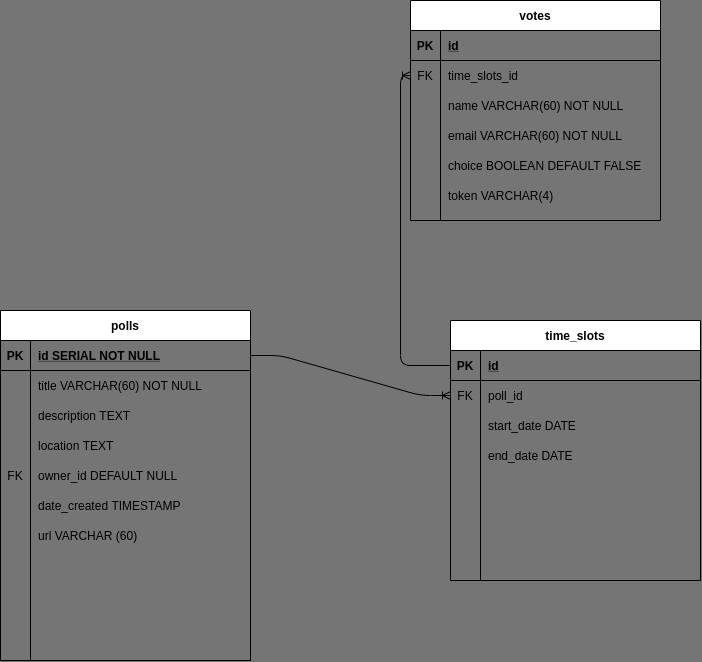
Earlier version of the draw.io export ERD.png (Marwa7246/Schoodle). Source tidied: cells renumbered, new cells last; positions are measured from the earlier drawing's top-left corner, leaving out a move shared by most shapes.
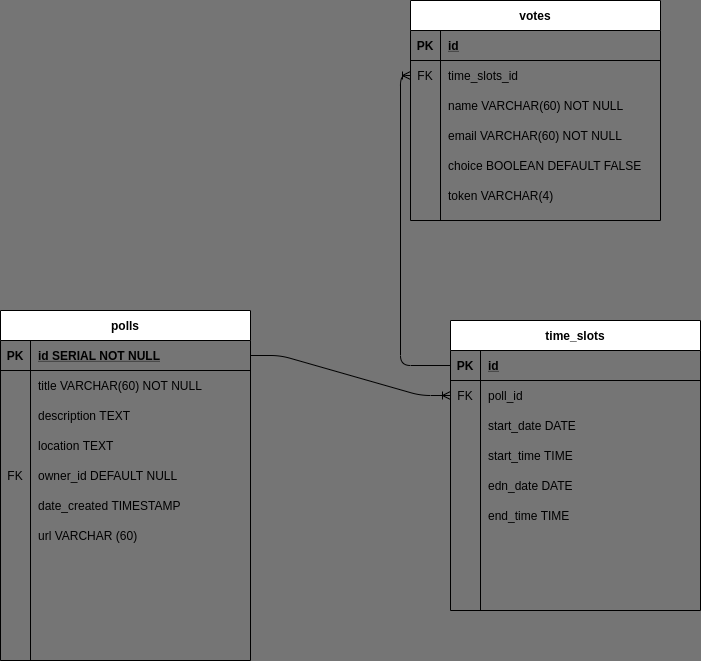
Later version of the same file.

Change to the diagram source:
```diff
@@ -132,7 +132,7 @@
       <mxGeometry x="30" width="220" height="30" as="geometry" />
     </mxCell>
     <mxCell id="45" value="time_slots" style="shape=table;startSize=30;rowLines=0;fontStyle=1;align=center;" parent="1" vertex="1">
-      <mxGeometry x="450" y="320" width="250" height="260" as="geometry" />
+      <mxGeometry x="450" y="320" width="250" height="290" as="geometry" />
     </mxCell>
     <mxCell id="46" style="shape=partialRectangle;fillColor=none;points=[[0,0.5],[1,0.5]];portConstraint=eastwest;top=0;left=0;right=0;bottom=1;" parent="45" vertex="1">
       <mxGeometry y="30" width="250" height="30" as="geometry" />
@@ -167,7 +167,7 @@
     <mxCell id="56" style="shape=partialRectangle;overflow=hidden;fillColor=none;top=0;left=0;bottom=0;right=0;" parent="55" vertex="1">
       <mxGeometry width="30" height="30" as="geometry" />
     </mxCell>
-    <mxCell id="57" value="end_date DATE" style="shape=partialRectangle;overflow=hidden;fillColor=none;top=0;left=0;bottom=0;right=0;align=left;spacingLeft=6;" parent="55" vertex="1">
+    <mxCell id="57" value="start_time TIME" style="shape=partialRectangle;overflow=hidden;fillColor=none;top=0;left=0;bottom=0;right=0;align=left;spacingLeft=6;" parent="55" vertex="1">
       <mxGeometry x="30" width="220" height="30" as="geometry" />
     </mxCell>
     <mxCell id="58" style="shape=partialRectangle;fillColor=none;top=0;left=0;right=0;bottom=0;" parent="45" vertex="1">
@@ -176,8 +176,17 @@
     <mxCell id="59" style="shape=partialRectangle;overflow=hidden;fillColor=none;top=0;left=0;bottom=0;right=0;" parent="58" vertex="1">
       <mxGeometry width="30" height="30" as="geometry" />
     </mxCell>
-    <mxCell id="60" style="shape=partialRectangle;overflow=hidden;fillColor=none;top=0;left=0;bottom=0;right=0;align=left;spacingLeft=6;" parent="58" vertex="1">
+    <mxCell id="60" value="edn_date DATE" style="shape=partialRectangle;overflow=hidden;fillColor=none;top=0;left=0;bottom=0;right=0;align=left;spacingLeft=6;" parent="58" vertex="1">
       <mxGeometry x="30" width="220" height="30" as="geometry" />
     </mxCell>
+    <mxCell id="61" style="shape=partialRectangle;fillColor=none;top=0;left=0;right=0;bottom=0;" parent="45" vertex="1">
+      <mxGeometry y="180" width="250" height="30" as="geometry" />
+    </mxCell>
+    <mxCell id="62" style="shape=partialRectangle;overflow=hidden;fillColor=none;top=0;left=0;bottom=0;right=0;" parent="61" vertex="1">
+      <mxGeometry width="30" height="30" as="geometry" />
+    </mxCell>
+    <mxCell id="63" value="end_time TIME" style="shape=partialRectangle;overflow=hidden;fillColor=none;top=0;left=0;bottom=0;right=0;align=left;spacingLeft=6;" parent="61" vertex="1">
+      <mxGeometry x="30" width="220" height="30" as="geometry" />
+    </mxCell>
   </root>
 </mxGraphModel>
```
